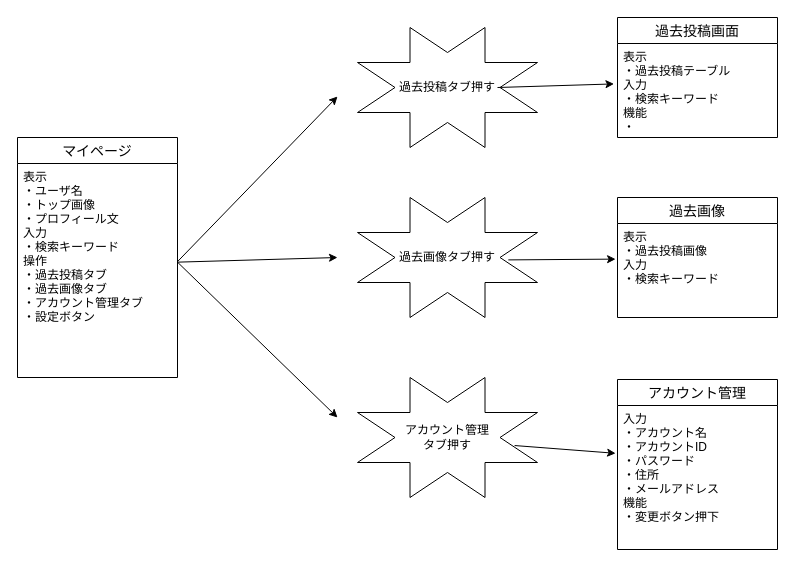
Before: 画面遷移図/マイページから各タブ（過去投稿、過去画像、アカウント管理）への遷移.drawio in Ryusei44237/sotuken, a draw.io diagram. Source tidied: cells renumbered, new cells numbered last; positions are measured from the earlier drawing's top-left corner, leaving out a move shared by most shapes. Both pictures are drawn from the tidied source at 100%, with x=0, y=0 at pixel (17, 17).
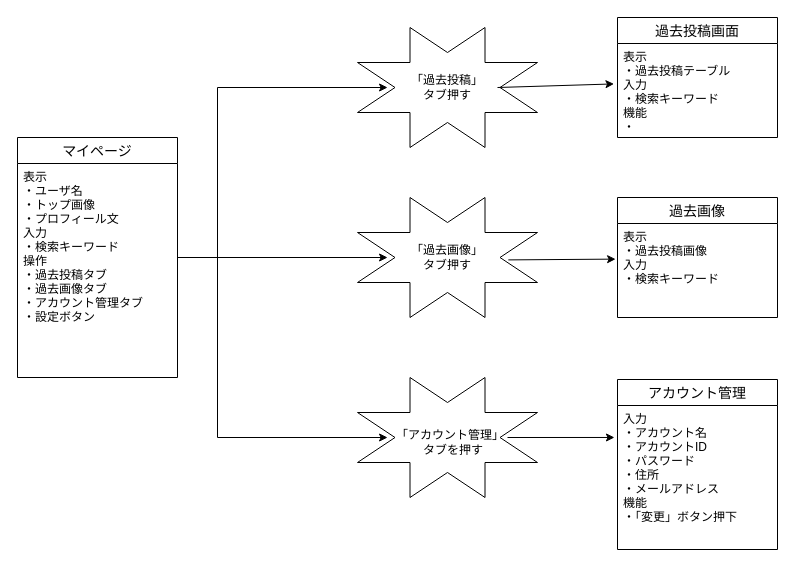
The same page after the edit.

The change refers to these unchanged cells:
```xml
<mxCell id="4" value="表示&#10;・ユーザ名&#10;・トップ画像&#10;・プロフィール文&#10;入力&#10;・検索キーワード&#10;操作&#10;・過去投稿タブ&#10;・過去画像タブ&#10;・アカウント管理タブ&#10;・設定ボタン" style="text;strokeColor=none;fillColor=none;spacingLeft=4;spacingRight=4;overflow=hidden;points=[[0,0.5],[1,0.5]];portConstraint=eastwest;fontSize=12;" parent="3" vertex="1">
  <mxGeometry y="26" width="160" height="214" as="geometry" />
</mxCell>
<mxCell id="7" style="verticalLabelPosition=bottom;verticalAlign=top;html=1;shape=mxgraph.basic.8_point_star;" parent="1" vertex="1">
  <mxGeometry x="340" y="10" width="180" height="120" as="geometry" />
</mxCell>
<mxCell id="8" style="verticalLabelPosition=bottom;verticalAlign=top;html=1;shape=mxgraph.basic.8_point_star;" parent="1" vertex="1">
  <mxGeometry x="340" y="180" width="180" height="120" as="geometry" />
</mxCell>
<mxCell id="9" style="verticalLabelPosition=bottom;verticalAlign=top;html=1;shape=mxgraph.basic.8_point_star;" parent="1" vertex="1">
  <mxGeometry x="340" y="360" width="180" height="120" as="geometry" />
</mxCell>
<mxCell id="17" value="アカウント管理" style="swimlane;fontStyle=0;horizontal=1;startSize=26;align=center;fontSize=14;" parent="1" vertex="1">
  <mxGeometry x="600" y="362" width="160" height="170" as="geometry" />
</mxCell>
```

Change to the diagram source:
```diff
@@
-    <mxCell id="2" style="endArrow=classic;html=1;exitX=1.002;exitY=0.457;exitDx=0;exitDy=0;exitPerimeter=0;" parent="1" edge="1" source="4">
-      <mxGeometry relative="1" as="geometry">
-        <mxPoint x="320" y="79" as="targetPoint" />
-      </mxGeometry>
-    </mxCell>
@@
-    <mxCell id="5" style="endArrow=classic;html=1;exitX=1.002;exitY=0.461;exitDx=0;exitDy=0;exitPerimeter=0;" parent="1" edge="1" source="4">
-      <mxGeometry relative="1" as="geometry">
-        <mxPoint x="320" y="240" as="targetPoint" />
-      </mxGeometry>
-    </mxCell>
-    <mxCell id="6" style="endArrow=classic;html=1;exitX=1;exitY=0.461;exitDx=0;exitDy=0;exitPerimeter=0;" parent="1" edge="1" source="4">
-      <mxGeometry relative="1" as="geometry">
-        <mxPoint x="320" y="400" as="targetPoint" />
-      </mxGeometry>
-    </mxCell>
@@
-    <mxCell id="10" value="過去投稿タブ押す" style="text;html=1;strokeColor=none;fillColor=none;align=center;verticalAlign=middle;whiteSpace=wrap;rounded=0;" parent="1" vertex="1">
+    <mxCell id="10" value="｢過去投稿｣&lt;br&gt;タブ押す" style="text;html=1;strokeColor=none;fillColor=none;align=center;verticalAlign=middle;whiteSpace=wrap;rounded=0;" parent="1" vertex="1">
       <mxGeometry x="380" y="60" width="100" height="20" as="geometry" />
     </mxCell>
-    <mxCell id="11" value="過去画像タブ押す" style="text;html=1;strokeColor=none;fillColor=none;align=center;verticalAlign=middle;whiteSpace=wrap;rounded=0;" parent="1" vertex="1">
+    <mxCell id="11" value="｢過去画像｣&lt;br&gt;タブ押す" style="text;html=1;strokeColor=none;fillColor=none;align=center;verticalAlign=middle;whiteSpace=wrap;rounded=0;" parent="1" vertex="1">
       <mxGeometry x="380" y="230" width="100" height="20" as="geometry" />
     </mxCell>
-    <mxCell id="12" value="アカウント管理タブ押す" style="text;html=1;strokeColor=none;fillColor=none;align=center;verticalAlign=middle;whiteSpace=wrap;rounded=0;" parent="1" vertex="1">
-      <mxGeometry x="382" y="410" width="96" height="20" as="geometry" />
+    <mxCell id="12" value="｢アカウント管理」タブを押す" style="text;html=1;strokeColor=none;fillColor=none;align=center;verticalAlign=middle;whiteSpace=wrap;rounded=0;" parent="1" vertex="1">
+      <mxGeometry x="382" y="410" width="108" height="30" as="geometry" />
     </mxCell>
@@
-    <mxCell id="18" value="入力&#10;・アカウント名&#10;・アカウントID&#10;・パスワード&#10;・住所&#10;・メールアドレス&#10;機能&#10;・変更ボタン押下" style="text;strokeColor=none;fillColor=none;spacingLeft=4;spacingRight=4;overflow=hidden;points=[[0,0.5],[1,0.5]];portConstraint=eastwest;fontSize=12;" parent="17" vertex="1">
+    <mxCell id="18" value="入力&#10;・アカウント名&#10;・アカウントID&#10;・パスワード&#10;・住所&#10;・メールアドレス&#10;機能&#10;・「変更」ボタン押下" style="text;strokeColor=none;fillColor=none;spacingLeft=4;spacingRight=4;overflow=hidden;points=[[0,0.5],[1,0.5]];portConstraint=eastwest;fontSize=12;" parent="17" vertex="1">
       <mxGeometry y="26" width="160" height="144" as="geometry" />
     </mxCell>
@@
-    <mxCell id="20" style="endArrow=classic;html=1;entryX=-0.012;entryY=0.332;entryDx=0;entryDy=0;entryPerimeter=0;exitX=0.873;exitY=0.567;exitDx=0;exitDy=0;exitPerimeter=0;" parent="1" edge="1" source="9" target="18">
-      <mxGeometry relative="1" as="geometry" />
-    </mxCell>
@@
+    <mxCell id="22" style="endArrow=none;html=1;" parent="1" edge="1">
+      <mxGeometry relative="1" as="geometry">
+        <mxPoint x="160" y="240" as="sourcePoint" />
+        <mxPoint x="200" y="240" as="targetPoint" />
+      </mxGeometry>
+    </mxCell>
+    <mxCell id="23" style="endArrow=none;html=1;" parent="1" edge="1">
+      <mxGeometry relative="1" as="geometry">
+        <mxPoint x="200" y="420" as="sourcePoint" />
+        <mxPoint x="200" y="70" as="targetPoint" />
+      </mxGeometry>
+    </mxCell>
+    <mxCell id="24" style="endArrow=classic;html=1;entryX=0.167;entryY=0.5;entryDx=0;entryDy=0;entryPerimeter=0;" parent="1" edge="1" target="7">
+      <mxGeometry relative="1" as="geometry">
+        <mxPoint x="200" y="70" as="sourcePoint" />
+      </mxGeometry>
+    </mxCell>
+    <mxCell id="25" style="endArrow=classic;html=1;entryX=0.167;entryY=0.5;entryDx=0;entryDy=0;entryPerimeter=0;" parent="1" edge="1" target="8">
+      <mxGeometry relative="1" as="geometry">
+        <mxPoint x="200" y="240" as="sourcePoint" />
+      </mxGeometry>
+    </mxCell>
+    <mxCell id="26" style="endArrow=classic;html=1;entryX=0.167;entryY=0.5;entryDx=0;entryDy=0;entryPerimeter=0;" parent="1" edge="1" target="9">
+      <mxGeometry relative="1" as="geometry">
+        <mxPoint x="200" y="420" as="sourcePoint" />
+      </mxGeometry>
+    </mxCell>
+    <mxCell id="27" style="endArrow=classic;html=1;entryX=-0.019;entryY=0.222;entryDx=0;entryDy=0;entryPerimeter=0;" parent="1" edge="1" target="18">
+      <mxGeometry relative="1" as="geometry">
+        <mxPoint x="490" y="420" as="sourcePoint" />
+      </mxGeometry>
+    </mxCell>
```
